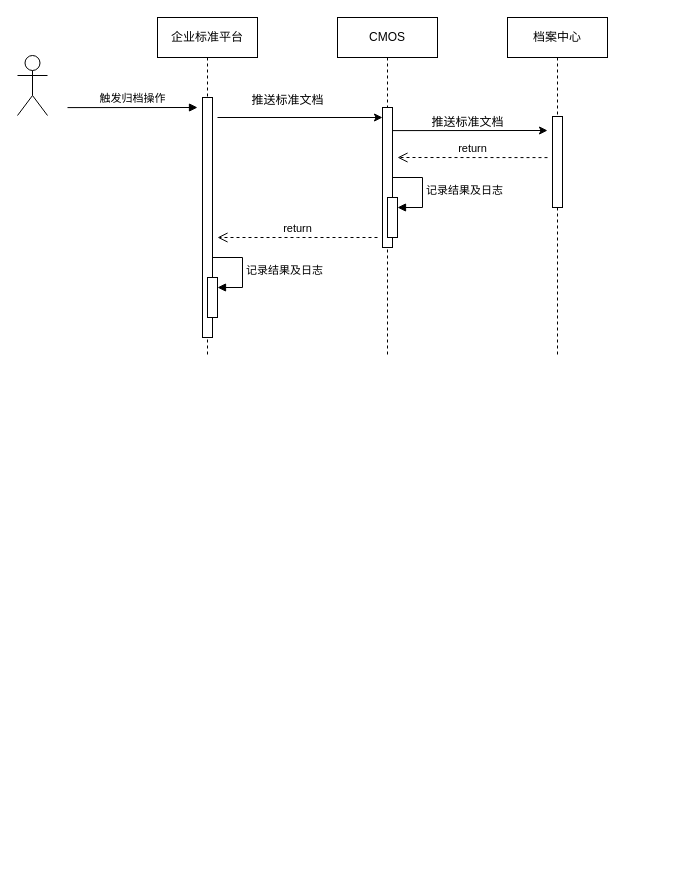
The draw.io diagram 设计相关/标准化项目外部接口.drawio in DemonHan/KuickBuy, before the edit. Source tidied: cells renumbered, new cells numbered last; positions are measured from the earlier drawing's top-left corner, leaving out a move shared by most shapes. Both pictures are drawn from the tidied source at 100%, with x=0, y=0 at pixel (17, 17).
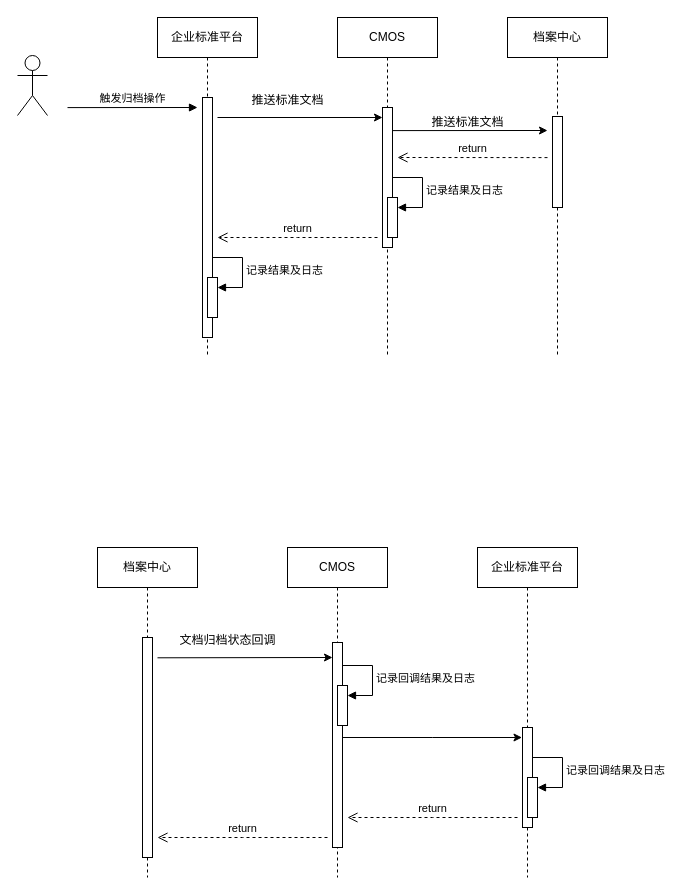
The same page after the edit.

Commit message:
更新标准化项目外部接口.drawio

Diff of the diagram source:
```diff
@@
+    <mxCell id="20" value="档案中心" style="shape=umlLifeline;perimeter=lifelinePerimeter;whiteSpace=wrap;html=1;newEdgeStyle={&quot;edgeStyle&quot;:&quot;elbowEdgeStyle&quot;,&quot;elbow&quot;:&quot;vertical&quot;,&quot;curved&quot;:0,&quot;rounded&quot;:0};" parent="1" vertex="1">
+      <mxGeometry x="80" y="530" width="100" height="330" as="geometry" />
+    </mxCell>
+    <mxCell id="21" style="html=1;perimeter=orthogonalPerimeter;targetShapes=umlLifeline;newEdgeStyle={&quot;edgeStyle&quot;:&quot;elbowEdgeStyle&quot;,&quot;elbow&quot;:&quot;vertical&quot;,&quot;curved&quot;:0,&quot;rounded&quot;:0};" parent="20" vertex="1">
+      <mxGeometry x="45" y="90" width="10" height="220" as="geometry" />
+    </mxCell>
+    <mxCell id="22" value="CMOS" style="shape=umlLifeline;perimeter=lifelinePerimeter;whiteSpace=wrap;html=1;newEdgeStyle={&quot;edgeStyle&quot;:&quot;elbowEdgeStyle&quot;,&quot;elbow&quot;:&quot;vertical&quot;,&quot;curved&quot;:0,&quot;rounded&quot;:0};" parent="1" vertex="1">
+      <mxGeometry x="270" y="530" width="100" height="330" as="geometry" />
+    </mxCell>
+    <mxCell id="23" style="html=1;points=[];perimeter=orthogonalPerimeter;outlineConnect=0;targetShapes=umlLifeline;portConstraint=eastwest;newEdgeStyle={&quot;edgeStyle&quot;:&quot;elbowEdgeStyle&quot;,&quot;elbow&quot;:&quot;vertical&quot;,&quot;curved&quot;:0,&quot;rounded&quot;:0};" parent="22" vertex="1">
+      <mxGeometry x="45" y="95" width="10" height="205" as="geometry" />
+    </mxCell>
+    <mxCell id="24" style="html=1;points=[];perimeter=orthogonalPerimeter;outlineConnect=0;targetShapes=umlLifeline;portConstraint=eastwest;newEdgeStyle={&quot;edgeStyle&quot;:&quot;elbowEdgeStyle&quot;,&quot;elbow&quot;:&quot;vertical&quot;,&quot;curved&quot;:0,&quot;rounded&quot;:0};" parent="22" vertex="1">
+      <mxGeometry x="50" y="138" width="10" height="40" as="geometry" />
+    </mxCell>
+    <mxCell id="25" value="记录回调结果及日志" style="html=1;align=left;spacingLeft=2;endArrow=block;rounded=0;edgeStyle=orthogonalEdgeStyle;curved=0;rounded=0;" parent="22" edge="1" target="24">
+      <mxGeometry relative="1" as="geometry">
+        <mxPoint x="55" y="118" as="sourcePoint" />
+        <Array as="points">
+          <mxPoint x="85" y="148" />
+        </Array>
+      </mxGeometry>
+    </mxCell>
+    <mxCell id="26" value="企业标准平台" style="shape=umlLifeline;perimeter=lifelinePerimeter;whiteSpace=wrap;html=1;newEdgeStyle={&quot;edgeStyle&quot;:&quot;elbowEdgeStyle&quot;,&quot;elbow&quot;:&quot;vertical&quot;,&quot;curved&quot;:0,&quot;rounded&quot;:0};" parent="1" vertex="1">
+      <mxGeometry x="460" y="530" width="100" height="330" as="geometry" />
+    </mxCell>
+    <mxCell id="27" style="html=1;perimeter=orthogonalPerimeter;targetShapes=umlLifeline;newEdgeStyle={&quot;edgeStyle&quot;:&quot;elbowEdgeStyle&quot;,&quot;elbow&quot;:&quot;vertical&quot;,&quot;curved&quot;:0,&quot;rounded&quot;:0};" parent="26" vertex="1">
+      <mxGeometry x="45" y="180" width="10" height="100" as="geometry" />
+    </mxCell>
+    <mxCell id="28" style="html=1;points=[];perimeter=orthogonalPerimeter;outlineConnect=0;targetShapes=umlLifeline;portConstraint=eastwest;newEdgeStyle={&quot;edgeStyle&quot;:&quot;elbowEdgeStyle&quot;,&quot;elbow&quot;:&quot;vertical&quot;,&quot;curved&quot;:0,&quot;rounded&quot;:0};" parent="26" vertex="1">
+      <mxGeometry x="50" y="230" width="10" height="40" as="geometry" />
+    </mxCell>
+    <mxCell id="29" value="记录回调结果及日志" style="html=1;align=left;spacingLeft=2;endArrow=block;rounded=0;edgeStyle=orthogonalEdgeStyle;curved=0;rounded=0;" parent="26" edge="1" target="28">
+      <mxGeometry relative="1" as="geometry">
+        <mxPoint x="55" y="210" as="sourcePoint" />
+        <Array as="points">
+          <mxPoint x="85" y="240" />
+        </Array>
+      </mxGeometry>
+    </mxCell>
+    <mxCell id="30" style="edgeStyle=elbowEdgeStyle;rounded=0;orthogonalLoop=1;jettySize=auto;html=1;elbow=vertical;curved=0;" parent="1" edge="1">
+      <mxGeometry relative="1" as="geometry">
+        <mxPoint x="140" y="640.3" as="sourcePoint" />
+        <mxPoint x="315" y="640" as="targetPoint" />
+      </mxGeometry>
+    </mxCell>
+    <mxCell id="31" value="文档归档状态回调" style="text;html=1;align=center;verticalAlign=middle;strokeColor=none;fillColor=none;" parent="1" vertex="1">
+      <mxGeometry x="150" y="608" width="120" height="30" as="geometry" />
+    </mxCell>
+    <mxCell id="32" style="edgeStyle=elbowEdgeStyle;rounded=0;jettySize=auto;html=1;elbow=vertical;curved=0;" parent="1" edge="1" source="23">
+      <mxGeometry relative="1" as="geometry">
+        <mxPoint x="504.5" y="720" as="targetPoint" />
+      </mxGeometry>
+    </mxCell>
+    <mxCell id="33" value="return" style="html=1;verticalAlign=bottom;endArrow=open;dashed=1;endSize=8;edgeStyle=elbowEdgeStyle;elbow=vertical;curved=0;rounded=0;" parent="1" edge="1">
+      <mxGeometry relative="1" as="geometry">
+        <mxPoint x="500" y="800" as="sourcePoint" />
+        <mxPoint x="330" y="800" as="targetPoint" />
+      </mxGeometry>
+    </mxCell>
+    <mxCell id="34" value="return" style="html=1;verticalAlign=bottom;endArrow=open;dashed=1;endSize=8;edgeStyle=elbowEdgeStyle;elbow=vertical;curved=0;rounded=0;" parent="1" edge="1">
+      <mxGeometry relative="1" as="geometry">
+        <mxPoint x="310" y="820" as="sourcePoint" />
+        <mxPoint x="140" y="820" as="targetPoint" />
+      </mxGeometry>
+    </mxCell>
```
